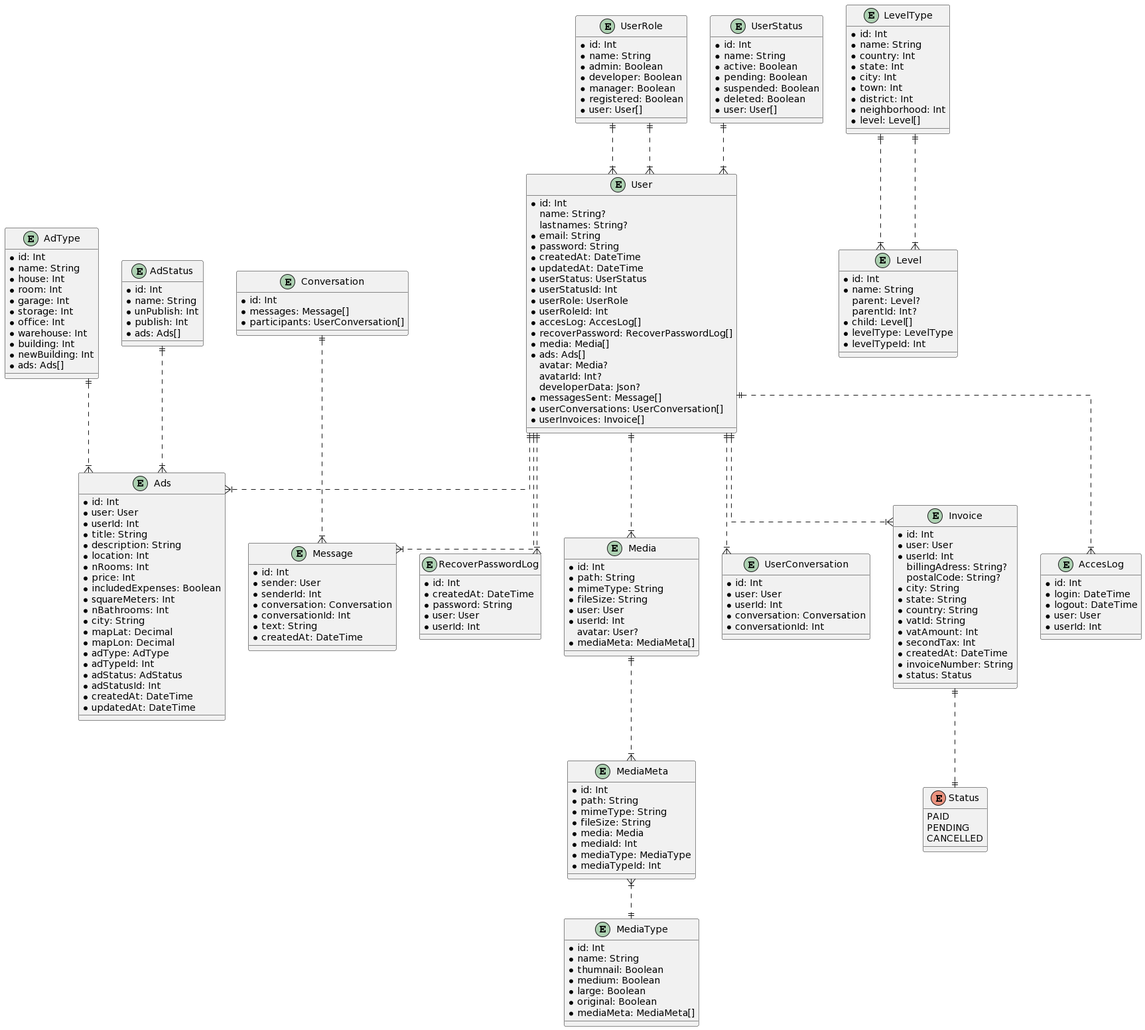
Above: backend/db/schema-db.png in IT-Academy-BCN/ita-directory (PlantUML), before the change.
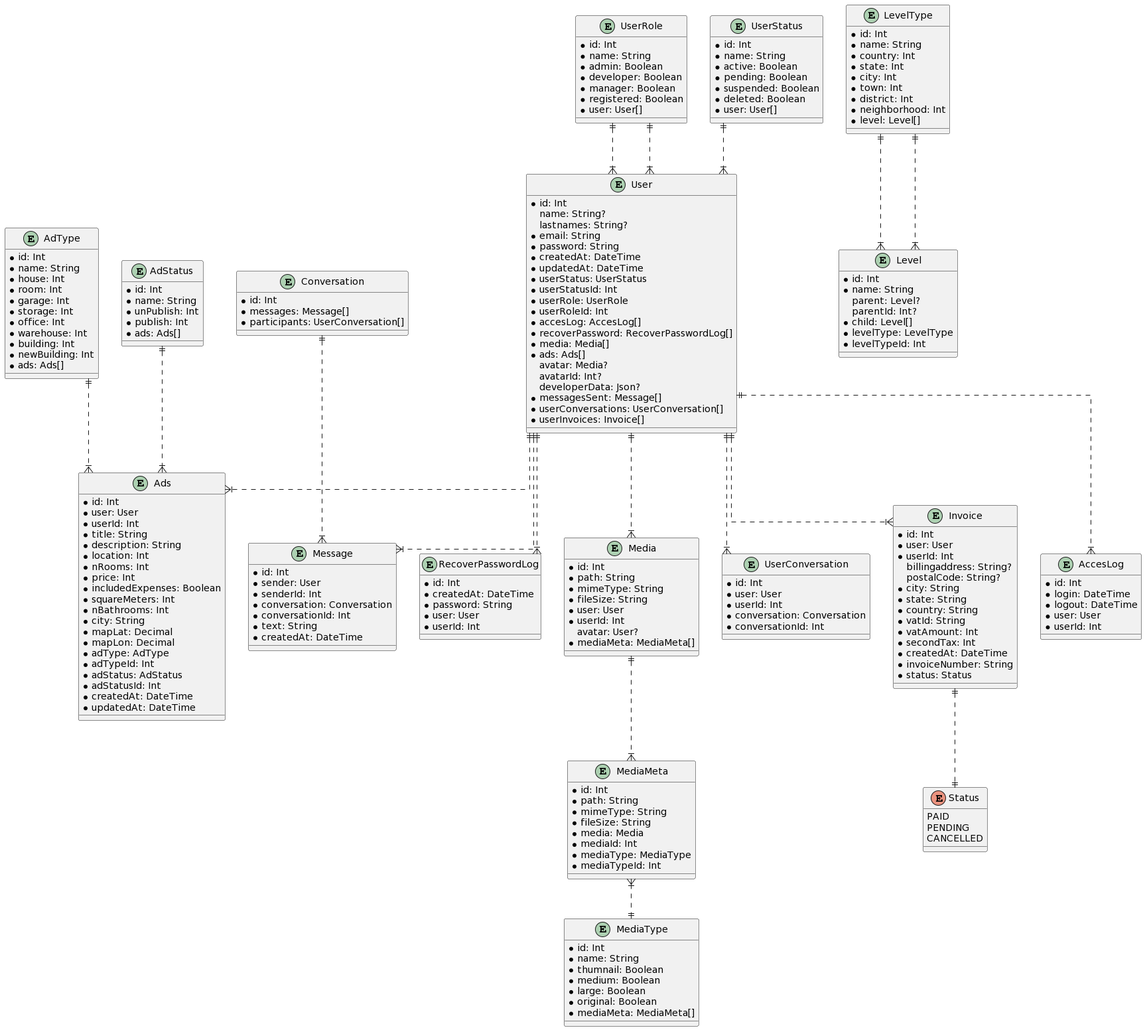
The same diagram one commit later.

Commit message:
Invoice documentation added, miswriting Address fixed

Change to the diagram source:
```diff
@@ -194,7 +194,7 @@
   * id: Int
   * user: User
   * userId: Int
-  billingAdress: String?
+  billingaddress: String?
   postalCode: String?
   * city: String
   * state: String
```
